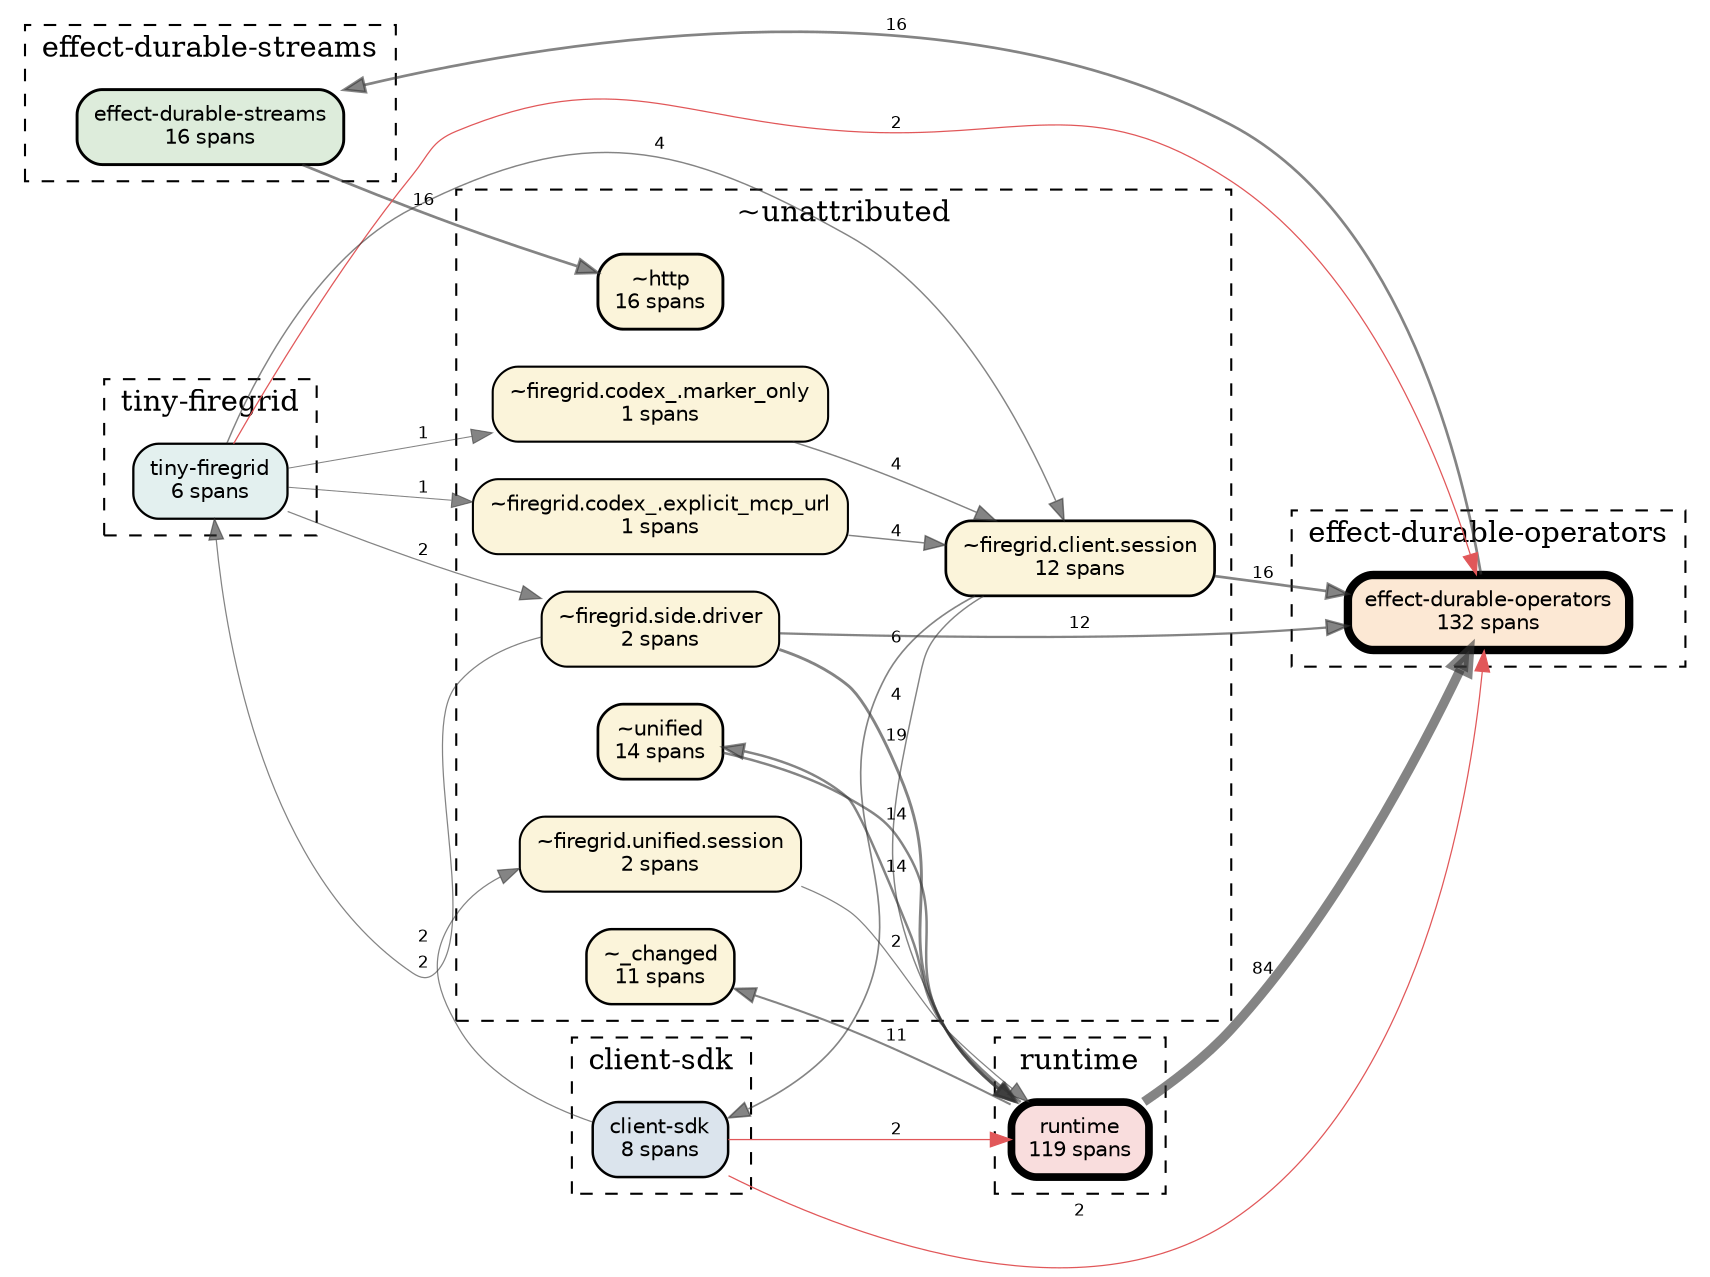
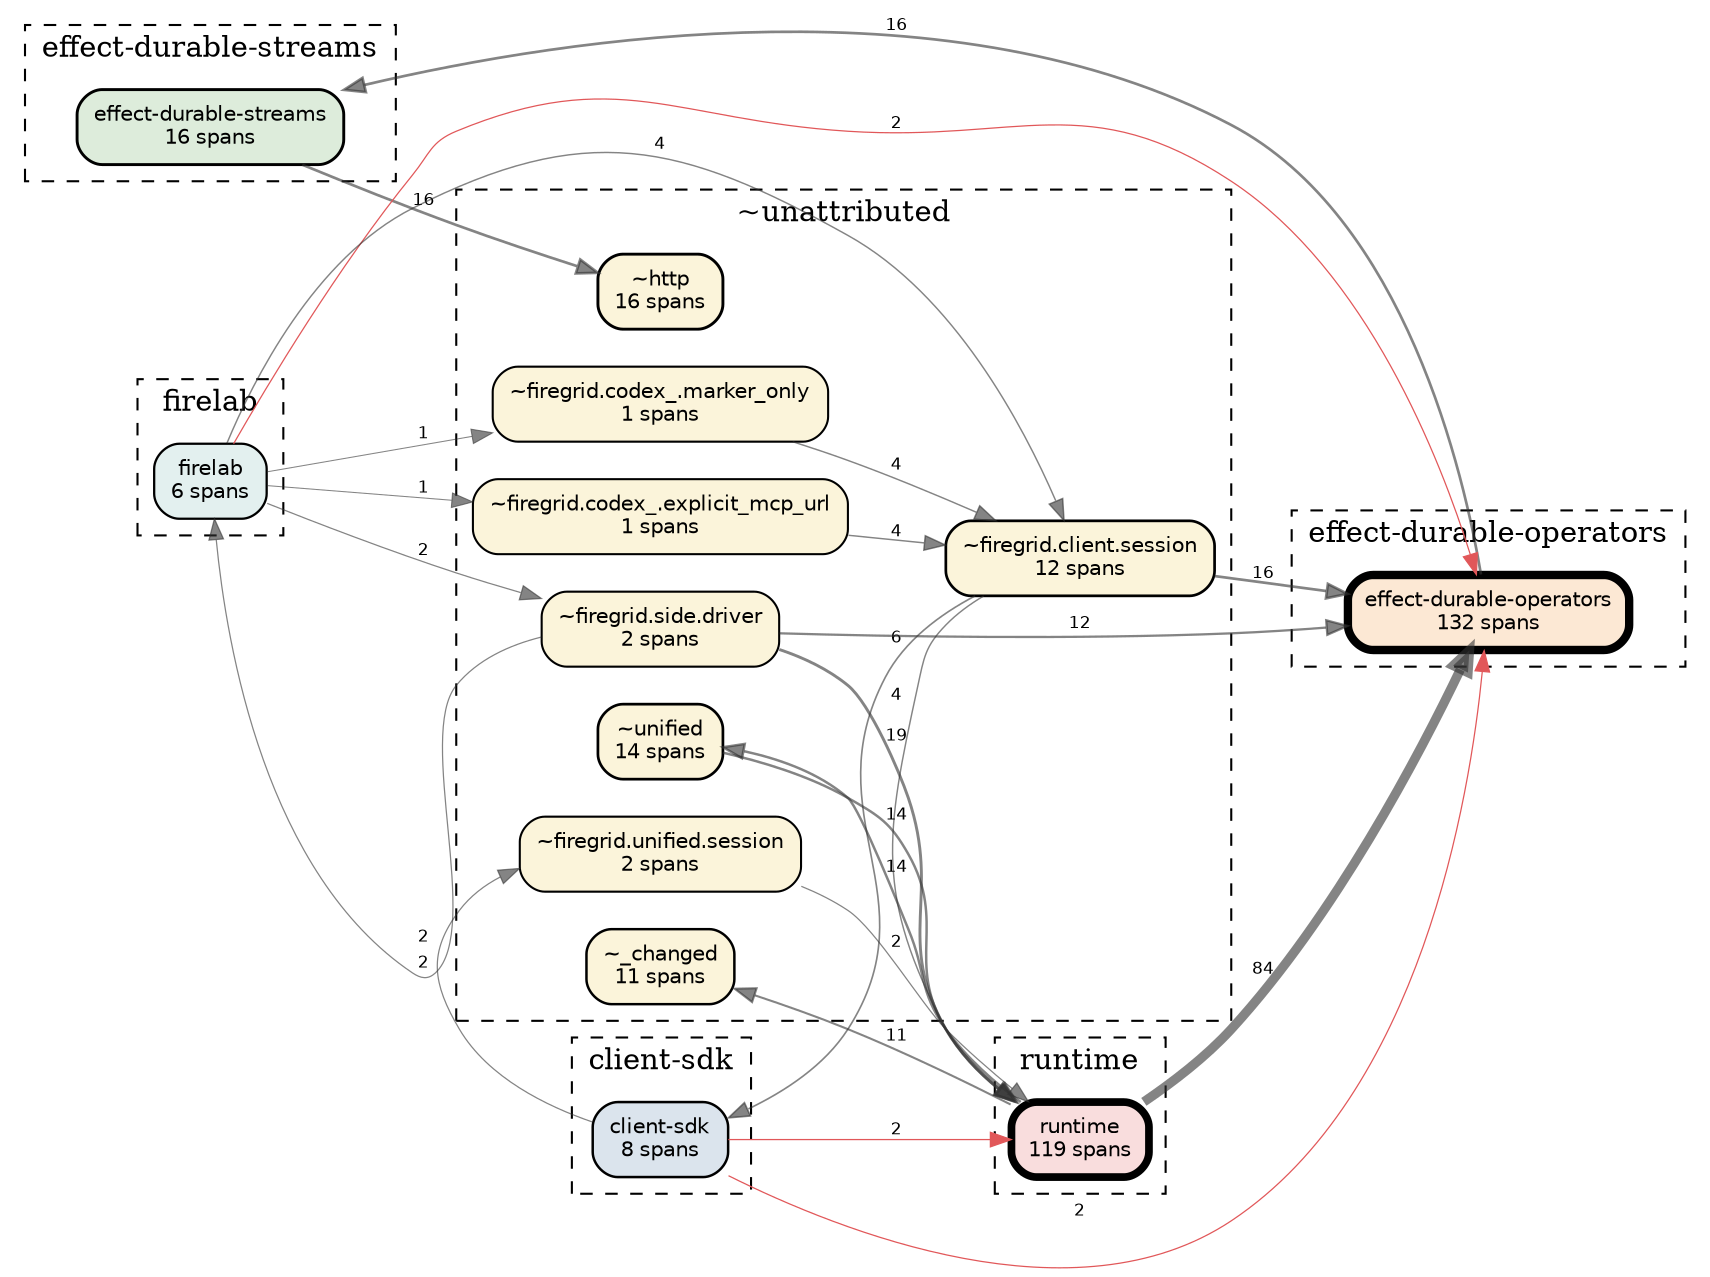
digraph runtime_flow {
  rankdir=LR; node[shape=box,style="filled,rounded",fontname=Helvetica,fontsize=10]; edge[fontname=Helvetica,fontsize=8];
  subgraph cluster_0 { label="client-sdk"; style=dashed; color="#999";
    "client-sdk" [label="client-sdk\n8 spans",fillcolor="#4e79a733",penwidth=1.2];
  }
  subgraph cluster_1 { label="effect-durable-operators"; style=dashed; color="#999";
    "effect-durable-operators" [label="effect-durable-operators\n132 spans",fillcolor="#f28e2b33",penwidth=4.0];
  }
  subgraph cluster_2 { label="effect-durable-streams"; style=dashed; color="#999";
    "effect-durable-streams" [label="effect-durable-streams\n16 spans",fillcolor="#59a14f33",penwidth=1.4];
  }
  subgraph cluster_3 { label="runtime"; style=dashed; color="#999";
    "runtime" [label="runtime\n119 spans",fillcolor="#e1575933",penwidth=3.7];
  }
-   subgraph cluster_4 { label="tiny-firegrid"; style=dashed; color="#999";
-     "tiny-firegrid" [label="tiny-firegrid\n6 spans",fillcolor="#76b7b233",penwidth=1.1];
+   subgraph cluster_4 { label="firelab"; style=dashed; color="#999";
+     "firelab" [label="firelab\n6 spans",fillcolor="#76b7b233",penwidth=1.1];
  }
  subgraph cluster_5 { label="~unattributed"; style=dashed; color="#999";
    "~firegrid.client.session" [label="~firegrid.client.session\n12 spans",fillcolor="#edc94833",penwidth=1.3];
    "~_changed" [label="~_changed\n11 spans",fillcolor="#edc94833",penwidth=1.2];
    "~unified" [label="~unified\n14 spans",fillcolor="#edc94833",penwidth=1.3];
    "~firegrid.codex_.marker_only" [label="~firegrid.codex_.marker_only\n1 spans",fillcolor="#edc94833",penwidth=1.0];
    "~firegrid.unified.session" [label="~firegrid.unified.session\n2 spans",fillcolor="#edc94833",penwidth=1.0];
    "~http" [label="~http\n16 spans",fillcolor="#edc94833",penwidth=1.4];
    "~firegrid.codex_.explicit_mcp_url" [label="~firegrid.codex_.explicit_mcp_url\n1 spans",fillcolor="#edc94833",penwidth=1.0];
    "~firegrid.side.driver" [label="~firegrid.side.driver\n2 spans",fillcolor="#edc94833",penwidth=1.0];
  }
  "effect-durable-operators" -> "effect-durable-streams" [label="16",penwidth=1.3,color="#33333399",style=solid];
  "~firegrid.side.driver" -> "effect-durable-operators" [label="12",penwidth=1.1,color="#33333399",style=solid];
  "~firegrid.side.driver" -> "runtime" [label="19",penwidth=1.4,color="#33333399",style=solid];
-   "~firegrid.side.driver" -> "tiny-firegrid" [label="2",penwidth=0.6,color="#33333399",style=solid];
+   "~firegrid.side.driver" -> "firelab" [label="2",penwidth=0.6,color="#33333399",style=solid];
  "runtime" -> "effect-durable-operators" [label="84",penwidth=4.5,color="#33333399",style=solid];
  "runtime" -> "~_changed" [label="11",penwidth=1.0,color="#33333399",style=solid];
  "runtime" -> "~unified" [label="14",penwidth=1.2,color="#33333399",style=solid];
  "effect-durable-streams" -> "~http" [label="16",penwidth=1.3,color="#33333399",style=solid];
  "~firegrid.client.session" -> "effect-durable-operators" [label="16",penwidth=1.3,color="#33333399",style=solid];
  "~firegrid.client.session" -> "client-sdk" [label="6",penwidth=0.8,color="#33333399",style=solid];
  "~firegrid.client.session" -> "runtime" [label="4",penwidth=0.7,color="#33333399",style=solid];
  "~firegrid.codex_.marker_only" -> "~firegrid.client.session" [label="4",penwidth=0.7,color="#33333399",style=solid];
  "~unified" -> "runtime" [label="14",penwidth=1.2,color="#33333399",style=solid];
  "client-sdk" -> "runtime" [label="2",penwidth=0.6,color="#e15759",style=bold];
  "client-sdk" -> "effect-durable-operators" [label="2",penwidth=0.6,color="#e15759",style=bold];
  "client-sdk" -> "~firegrid.unified.session" [label="2",penwidth=0.6,color="#33333399",style=solid];
-   "tiny-firegrid" -> "~firegrid.codex_.marker_only" [label="1",penwidth=0.5,color="#33333399",style=solid];
-   "tiny-firegrid" -> "~firegrid.codex_.explicit_mcp_url" [label="1",penwidth=0.5,color="#33333399",style=solid];
-   "tiny-firegrid" -> "~firegrid.side.driver" [label="2",penwidth=0.6,color="#33333399",style=solid];
-   "tiny-firegrid" -> "effect-durable-operators" [label="2",penwidth=0.6,color="#e15759",style=bold];
-   "tiny-firegrid" -> "~firegrid.client.session" [label="4",penwidth=0.7,color="#33333399",style=solid];
+   "firelab" -> "~firegrid.codex_.marker_only" [label="1",penwidth=0.5,color="#33333399",style=solid];
+   "firelab" -> "~firegrid.codex_.explicit_mcp_url" [label="1",penwidth=0.5,color="#33333399",style=solid];
+   "firelab" -> "~firegrid.side.driver" [label="2",penwidth=0.6,color="#33333399",style=solid];
+   "firelab" -> "effect-durable-operators" [label="2",penwidth=0.6,color="#e15759",style=bold];
+   "firelab" -> "~firegrid.client.session" [label="4",penwidth=0.7,color="#33333399",style=solid];
  "~firegrid.codex_.explicit_mcp_url" -> "~firegrid.client.session" [label="4",penwidth=0.7,color="#33333399",style=solid];
  "~firegrid.unified.session" -> "runtime" [label="2",penwidth=0.6,color="#33333399",style=solid];
}